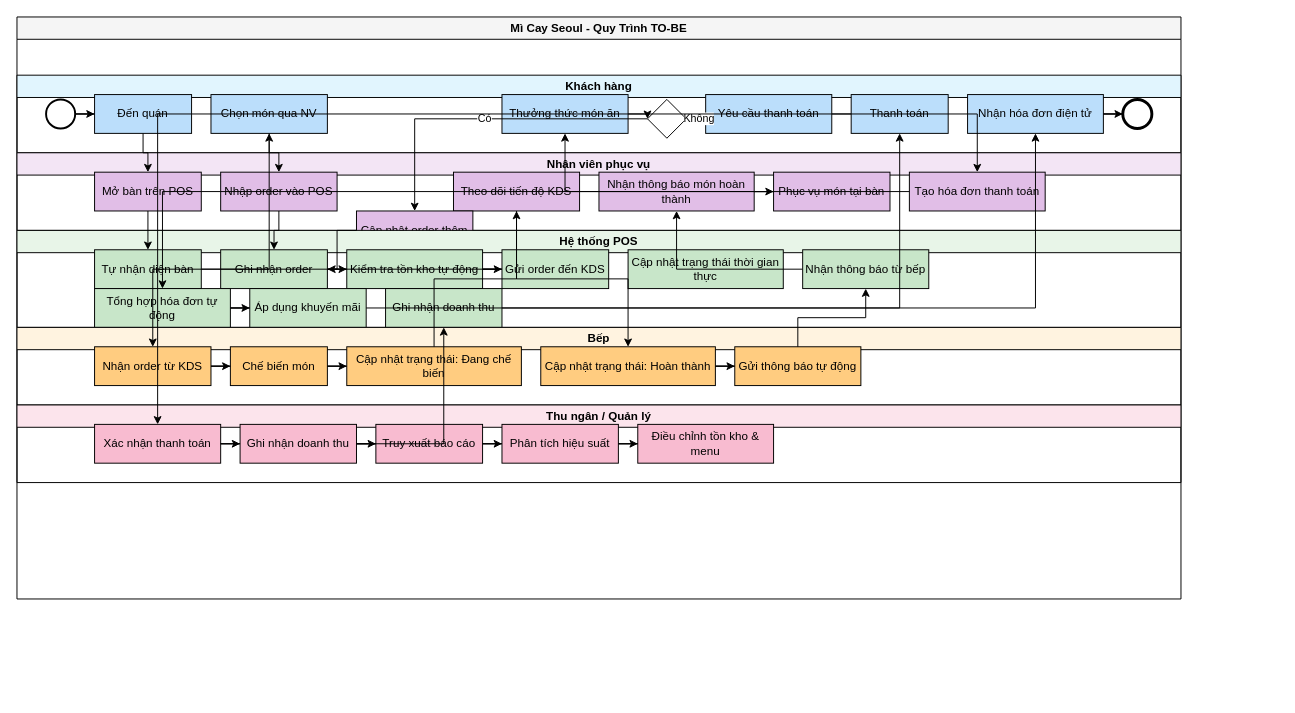
ychannel934-arch/dsadas keeps this draw.io diagram as mi-cay-seoul-to-be-fixed.drawio. Above is the earlier version. Source tidied: cells renumbered, new cells numbered last; positions are measured from the earlier drawing's top-left corner, leaving out a move shared by most shapes. Both pictures are drawn from the tidied source at 97%, with x=0, y=0 at pixel (16, 16).
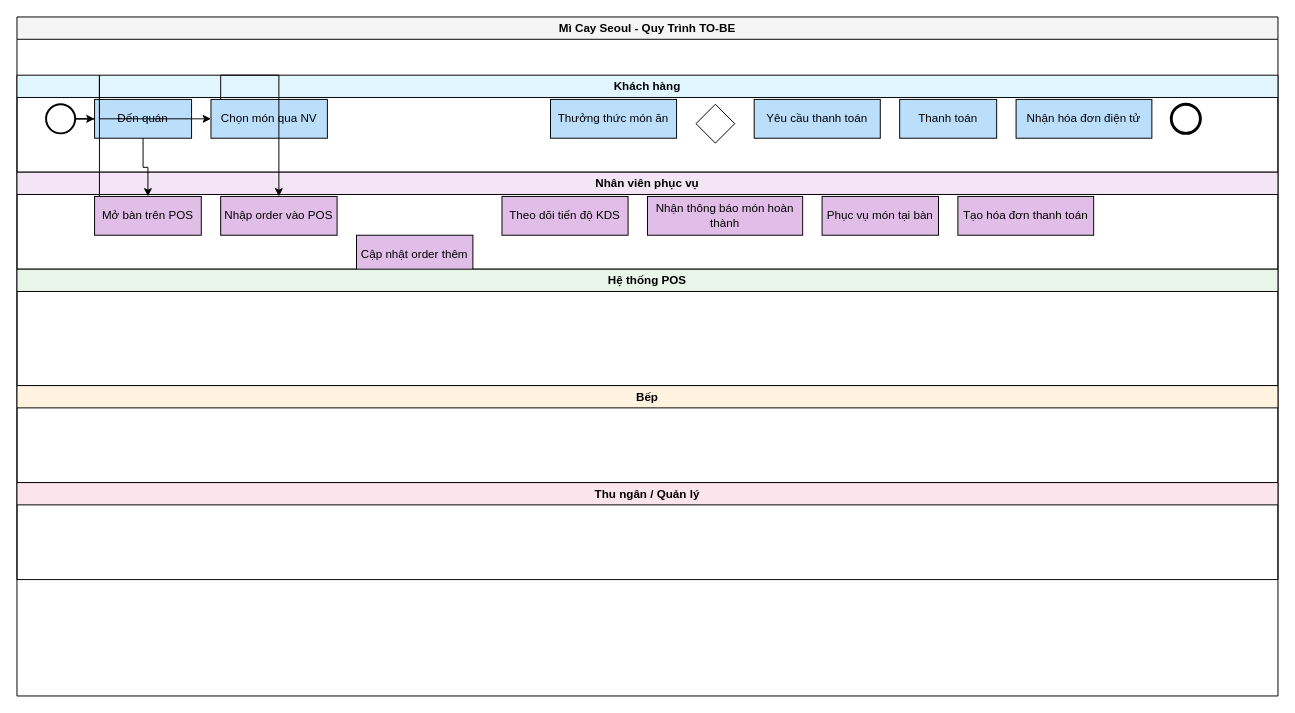
After the change.

The edit, as a diff of the source:
```diff
@@
     <mxCell id="2" value="Mì Cay Seoul - Quy Trình TO-BE" style="swimlane;whiteSpace=wrap;html=1;fillColor=#f5f5f5;" parent="1" vertex="1">
-      <mxGeometry width="1200" height="600" as="geometry" />
+      <mxGeometry width="1300" height="700" as="geometry" />
     </mxCell>
     <mxCell id="3" value="Khách hàng" style="swimlane;whiteSpace=wrap;html=1;fillColor=#e1f5fe;" parent="2" vertex="1">
-      <mxGeometry y="60" width="1200" height="80" as="geometry" />
+      <mxGeometry y="60" width="1300" height="100" as="geometry" />
     </mxCell>
     <mxCell id="4" value="Nhân viên phục vụ" style="swimlane;whiteSpace=wrap;html=1;fillColor=#f3e5f5;" parent="2" vertex="1">
-      <mxGeometry y="140" width="1200" height="80" as="geometry" />
+      <mxGeometry y="160" width="1300" height="100" as="geometry" />
     </mxCell>
     <mxCell id="5" value="Hệ thống POS" style="swimlane;whiteSpace=wrap;html=1;fillColor=#e8f5e8;" parent="2" vertex="1">
-      <mxGeometry y="220" width="1200" height="100" as="geometry" />
+      <mxGeometry y="260" width="1300" height="120" as="geometry" />
     </mxCell>
     <mxCell id="6" value="Bếp" style="swimlane;whiteSpace=wrap;html=1;fillColor=#fff3e0;" parent="2" vertex="1">
-      <mxGeometry y="320" width="1200" height="80" as="geometry" />
+      <mxGeometry y="380" width="1300" height="100" as="geometry" />
     </mxCell>
     <mxCell id="7" value="Thu ngân / Quản lý" style="swimlane;whiteSpace=wrap;html=1;fillColor=#fce4ec;" parent="2" vertex="1">
-      <mxGeometry y="400" width="1200" height="80" as="geometry" />
+      <mxGeometry y="480" width="1300" height="100" as="geometry" />
     </mxCell>
     <mxCell id="8" style="ellipse;whiteSpace=wrap;html=1;fillColor=#FFFFFF;strokeColor=#000000;strokeWidth=2;" parent="3" vertex="1">
-      <mxGeometry x="30" y="25" width="30" height="30" as="geometry" />
+      <mxGeometry x="30" y="30" width="30" height="30" as="geometry" />
     </mxCell>
     <mxCell id="9" value="Đến quán" style="rounded=0;whiteSpace=wrap;html=1;fillColor=#bbdefb;" parent="3" vertex="1">
-      <mxGeometry x="80" y="20" width="100" height="40" as="geometry" />
+      <mxGeometry x="80" y="25" width="100" height="40" as="geometry" />
     </mxCell>
     <mxCell id="10" value="Chọn món qua NV" style="rounded=0;whiteSpace=wrap;html=1;fillColor=#bbdefb;" parent="3" vertex="1">
-      <mxGeometry x="200" y="20" width="120" height="40" as="geometry" />
+      <mxGeometry x="200" y="25" width="120" height="40" as="geometry" />
     </mxCell>
     <mxCell id="11" value="Thưởng thức món ăn" style="rounded=0;whiteSpace=wrap;html=1;fillColor=#bbdefb;" parent="3" vertex="1">
-      <mxGeometry x="500" y="20" width="130" height="40" as="geometry" />
+      <mxGeometry x="550" y="25" width="130" height="40" as="geometry" />
     </mxCell>
     <mxCell id="12" style="rhombus;whiteSpace=wrap;html=1;fillColor=#FFFFFF;" parent="3" vertex="1">
-      <mxGeometry x="650" y="25" width="40" height="40" as="geometry" />
+      <mxGeometry x="700" y="30" width="40" height="40" as="geometry" />
     </mxCell>
     <mxCell id="13" value="Yêu cầu thanh toán" style="rounded=0;whiteSpace=wrap;html=1;fillColor=#bbdefb;" parent="3" vertex="1">
-      <mxGeometry x="710" y="20" width="130" height="40" as="geometry" />
+      <mxGeometry x="760" y="25" width="130" height="40" as="geometry" />
     </mxCell>
     <mxCell id="14" value="Thanh toán" style="rounded=0;whiteSpace=wrap;html=1;fillColor=#bbdefb;" parent="3" vertex="1">
-      <mxGeometry x="860" y="20" width="100" height="40" as="geometry" />
+      <mxGeometry x="910" y="25" width="100" height="40" as="geometry" />
     </mxCell>
     <mxCell id="15" value="Nhận hóa đơn điện tử" style="rounded=0;whiteSpace=wrap;html=1;fillColor=#bbdefb;" parent="3" vertex="1">
-      <mxGeometry x="980" y="20" width="140" height="40" as="geometry" />
+      <mxGeometry x="1030" y="25" width="140" height="40" as="geometry" />
     </mxCell>
     <mxCell id="16" style="ellipse;whiteSpace=wrap;html=1;fillColor=#FFFFFF;strokeColor=#000000;strokeWidth=3;" parent="3" vertex="1">
-      <mxGeometry x="1140" y="25" width="30" height="30" as="geometry" />
+      <mxGeometry x="1190" y="30" width="30" height="30" as="geometry" />
     </mxCell>
     <mxCell id="17" value="Mở bàn trên POS" style="rounded=0;whiteSpace=wrap;html=1;fillColor=#e1bee7;" parent="4" vertex="1">
-      <mxGeometry x="80" y="20" width="110" height="40" as="geometry" />
+      <mxGeometry x="80" y="25" width="110" height="40" as="geometry" />
     </mxCell>
     <mxCell id="18" value="Nhập order vào POS" style="rounded=0;whiteSpace=wrap;html=1;fillColor=#e1bee7;" parent="4" vertex="1">
-      <mxGeometry x="210" y="20" width="120" height="40" as="geometry" />
+      <mxGeometry x="210" y="25" width="120" height="40" as="geometry" />
     </mxCell>
     <mxCell id="19" value="Theo dõi tiến độ KDS" style="rounded=0;whiteSpace=wrap;html=1;fillColor=#e1bee7;" parent="4" vertex="1">
-      <mxGeometry x="450" y="20" width="130" height="40" as="geometry" />
+      <mxGeometry x="500" y="25" width="130" height="40" as="geometry" />
     </mxCell>
     <mxCell id="20" value="Nhận thông báo món hoàn thành" style="rounded=0;whiteSpace=wrap;html=1;fillColor=#e1bee7;" parent="4" vertex="1">
-      <mxGeometry x="600" y="20" width="160" height="40" as="geometry" />
+      <mxGeometry x="650" y="25" width="160" height="40" as="geometry" />
     </mxCell>
     <mxCell id="21" value="Phục vụ món tại bàn" style="rounded=0;whiteSpace=wrap;html=1;fillColor=#e1bee7;" parent="4" vertex="1">
-      <mxGeometry x="780" y="20" width="120" height="40" as="geometry" />
+      <mxGeometry x="830" y="25" width="120" height="40" as="geometry" />
     </mxCell>
     <mxCell id="22" value="Cập nhật order thêm" style="rounded=0;whiteSpace=wrap;html=1;fillColor=#e1bee7;" parent="4" vertex="1">
-      <mxGeometry x="350" y="60" width="120" height="40" as="geometry" />
+      <mxGeometry x="350" y="65" width="120" height="40" as="geometry" />
     </mxCell>
     <mxCell id="23" value="Tạo hóa đơn thanh toán" style="rounded=0;whiteSpace=wrap;html=1;fillColor=#e1bee7;" parent="4" vertex="1">
-      <mxGeometry x="920" y="20" width="140" height="40" as="geometry" />
+      <mxGeometry x="970" y="25" width="140" height="40" as="geometry" />
     </mxCell>
-    <mxCell id="24" value="Tự nhận diện bàn" style="rounded=0;whiteSpace=wrap;html=1;fillColor=#c8e6c9;" parent="5" vertex="1">
-      <mxGeometry x="80" y="20" width="110" height="40" as="geometry" />
-    </mxCell>
-    <mxCell id="25" value="Ghi nhận order" style="rounded=0;whiteSpace=wrap;html=1;fillColor=#c8e6c9;" parent="5" vertex="1">
-      <mxGeometry x="210" y="20" width="110" height="40" as="geometry" />
-    </mxCell>
-    <mxCell id="26" value="Kiểm tra tồn kho tự động" style="rounded=0;whiteSpace=wrap;html=1;fillColor=#c8e6c9;" parent="5" vertex="1">
-      <mxGeometry x="340" y="20" width="140" height="40" as="geometry" />
-    </mxCell>
-    <mxCell id="27" value="Gửi order đến KDS" style="rounded=0;whiteSpace=wrap;html=1;fillColor=#c8e6c9;" parent="5" vertex="1">
-      <mxGeometry x="500" y="20" width="110" height="40" as="geometry" />
-    </mxCell>
-    <mxCell id="28" value="Cập nhật trạng thái thời gian thực" style="rounded=0;whiteSpace=wrap;html=1;fillColor=#c8e6c9;" parent="5" vertex="1">
-      <mxGeometry x="630" y="20" width="160" height="40" as="geometry" />
-    </mxCell>
-    <mxCell id="29" value="Nhận thông báo từ bếp" style="rounded=0;whiteSpace=wrap;html=1;fillColor=#c8e6c9;" parent="5" vertex="1">
-      <mxGeometry x="810" y="20" width="130" height="40" as="geometry" />
-    </mxCell>
-    <mxCell id="30" value="Tổng hợp hóa đơn tự động" style="rounded=0;whiteSpace=wrap;html=1;fillColor=#c8e6c9;" parent="5" vertex="1">
-      <mxGeometry x="80" y="60" width="140" height="40" as="geometry" />
-    </mxCell>
-    <mxCell id="31" value="Áp dụng khuyến mãi" style="rounded=0;whiteSpace=wrap;html=1;fillColor=#c8e6c9;" parent="5" vertex="1">
-      <mxGeometry x="240" y="60" width="120" height="40" as="geometry" />
-    </mxCell>
-    <mxCell id="32" value="Ghi nhận doanh thu" style="rounded=0;whiteSpace=wrap;html=1;fillColor=#c8e6c9;" parent="5" vertex="1">
-      <mxGeometry x="380" y="60" width="120" height="40" as="geometry" />
-    </mxCell>
-    <mxCell id="33" value="Nhận order từ KDS" style="rounded=0;whiteSpace=wrap;html=1;fillColor=#ffcc80;" parent="6" vertex="1">
-      <mxGeometry x="80" y="20" width="120" height="40" as="geometry" />
-    </mxCell>
-    <mxCell id="34" value="Chế biến món" style="rounded=0;whiteSpace=wrap;html=1;fillColor=#ffcc80;" parent="6" vertex="1">
-      <mxGeometry x="220" y="20" width="100" height="40" as="geometry" />
-    </mxCell>
-    <mxCell id="35" value="Cập nhật trạng thái: Đang chế biến" style="rounded=0;whiteSpace=wrap;html=1;fillColor=#ffcc80;" parent="6" vertex="1">
-      <mxGeometry x="340" y="20" width="180" height="40" as="geometry" />
-    </mxCell>
-    <mxCell id="36" value="Cập nhật trạng thái: Hoàn thành" style="rounded=0;whiteSpace=wrap;html=1;fillColor=#ffcc80;" parent="6" vertex="1">
-      <mxGeometry x="540" y="20" width="180" height="40" as="geometry" />
-    </mxCell>
-    <mxCell id="37" value="Gửi thông báo tự động" style="rounded=0;whiteSpace=wrap;html=1;fillColor=#ffcc80;" parent="6" vertex="1">
-      <mxGeometry x="740" y="20" width="130" height="40" as="geometry" />
-    </mxCell>
-    <mxCell id="38" value="Xác nhận thanh toán" style="rounded=0;whiteSpace=wrap;html=1;fillColor=#f8bbd0;" parent="7" vertex="1">
-      <mxGeometry x="80" y="20" width="130" height="40" as="geometry" />
-    </mxCell>
-    <mxCell id="39" value="Ghi nhận doanh thu" style="rounded=0;whiteSpace=wrap;html=1;fillColor=#f8bbd0;" parent="7" vertex="1">
-      <mxGeometry x="230" y="20" width="120" height="40" as="geometry" />
-    </mxCell>
-    <mxCell id="40" value="Truy xuất báo cáo" style="rounded=0;whiteSpace=wrap;html=1;fillColor=#f8bbd0;" parent="7" vertex="1">
-      <mxGeometry x="370" y="20" width="110" height="40" as="geometry" />
-    </mxCell>
-    <mxCell id="41" value="Phân tích hiệu suất" style="rounded=0;whiteSpace=wrap;html=1;fillColor=#f8bbd0;" parent="7" vertex="1">
-      <mxGeometry x="500" y="20" width="120" height="40" as="geometry" />
-    </mxCell>
-    <mxCell id="42" value="Điều chỉnh tồn kho &amp; menu" style="rounded=0;whiteSpace=wrap;html=1;fillColor=#f8bbd0;" parent="7" vertex="1">
-      <mxGeometry x="640" y="20" width="140" height="40" as="geometry" />
-    </mxCell>
@@
-    <mxCell id="45" style="edgeStyle=orthogonalEdgeStyle;rounded=0;jettySize=auto;html=1;" parent="1" edge="1" source="17" target="24">
-      <mxGeometry relative="1" as="geometry" />
+    <mxCell id="45" style="edgeStyle=orthogonalEdgeStyle;rounded=0;jettySize=auto;html=1;" parent="1" edge="1" source="17" target="10">
+      <mxGeometry relative="1" as="geometry">
+        <Array as="points">
+          <mxPoint x="85" y="60" />
+          <mxPoint x="85" y="35" />
+        </Array>
+      </mxGeometry>
     </mxCell>
-    <mxCell id="46" style="edgeStyle=orthogonalEdgeStyle;rounded=0;jettySize=auto;html=1;" parent="1" edge="1" source="24" target="10">
-      <mxGeometry relative="1" as="geometry" />
+    <mxCell id="46" style="edgeStyle=orthogonalEdgeStyle;rounded=0;jettySize=auto;html=1;" parent="1" edge="1" source="10" target="18">
+      <mxGeometry relative="1" as="geometry">
+        <Array as="points">
+          <mxPoint x="210" y="60" />
+        </Array>
+      </mxGeometry>
     </mxCell>
-    <mxCell id="47" style="edgeStyle=orthogonalEdgeStyle;rounded=0;jettySize=auto;html=1;" parent="1" edge="1" source="10" target="18">
-      <mxGeometry relative="1" as="geometry" />
-    </mxCell>
-    <mxCell id="48" style="edgeStyle=orthogonalEdgeStyle;rounded=0;jettySize=auto;html=1;" parent="1" edge="1" source="18" target="25">
-      <mxGeometry relative="1" as="geometry" />
-    </mxCell>
-    <mxCell id="49" style="edgeStyle=orthogonalEdgeStyle;rounded=0;jettySize=auto;html=1;" parent="1" edge="1" source="25" target="26">
-      <mxGeometry relative="1" as="geometry" />
-    </mxCell>
-    <mxCell id="50" style="edgeStyle=orthogonalEdgeStyle;rounded=0;jettySize=auto;html=1;" parent="1" edge="1" source="26" target="27">
-      <mxGeometry relative="1" as="geometry" />
-    </mxCell>
-    <mxCell id="51" style="edgeStyle=orthogonalEdgeStyle;rounded=0;jettySize=auto;html=1;" parent="1" edge="1" source="27" target="33">
-      <mxGeometry relative="1" as="geometry" />
-    </mxCell>
-    <mxCell id="52" style="edgeStyle=orthogonalEdgeStyle;rounded=0;jettySize=auto;html=1;" parent="1" edge="1" source="33" target="34">
-      <mxGeometry relative="1" as="geometry" />
-    </mxCell>
-    <mxCell id="53" style="edgeStyle=orthogonalEdgeStyle;rounded=0;jettySize=auto;html=1;" parent="1" edge="1" source="34" target="35">
-      <mxGeometry relative="1" as="geometry" />
-    </mxCell>
-    <mxCell id="54" style="edgeStyle=orthogonalEdgeStyle;rounded=0;jettySize=auto;html=1;" parent="1" edge="1" source="35" target="19">
-      <mxGeometry relative="1" as="geometry" />
-    </mxCell>
-    <mxCell id="55" style="edgeStyle=orthogonalEdgeStyle;rounded=0;jettySize=auto;html=1;" parent="1" edge="1" source="19" target="36">
-      <mxGeometry relative="1" as="geometry" />
-    </mxCell>
-    <mxCell id="56" style="edgeStyle=orthogonalEdgeStyle;rounded=0;jettySize=auto;html=1;" parent="1" edge="1" source="36" target="37">
-      <mxGeometry relative="1" as="geometry" />
-    </mxCell>
-    <mxCell id="57" style="edgeStyle=orthogonalEdgeStyle;rounded=0;jettySize=auto;html=1;" parent="1" edge="1" source="37" target="29">
-      <mxGeometry relative="1" as="geometry" />
-    </mxCell>
-    <mxCell id="58" style="edgeStyle=orthogonalEdgeStyle;rounded=0;jettySize=auto;html=1;" parent="1" edge="1" source="29" target="20">
-      <mxGeometry relative="1" as="geometry" />
-    </mxCell>
-    <mxCell id="59" style="edgeStyle=orthogonalEdgeStyle;rounded=0;jettySize=auto;html=1;" parent="1" edge="1" source="20" target="21">
-      <mxGeometry relative="1" as="geometry" />
-    </mxCell>
-    <mxCell id="60" style="edgeStyle=orthogonalEdgeStyle;rounded=0;jettySize=auto;html=1;" parent="1" edge="1" source="21" target="11">
-      <mxGeometry relative="1" as="geometry" />
-    </mxCell>
-    <mxCell id="61" style="edgeStyle=orthogonalEdgeStyle;rounded=0;jettySize=auto;html=1;" parent="1" edge="1" source="11" target="12">
-      <mxGeometry relative="1" as="geometry" />
-    </mxCell>
-    <mxCell id="62" value="Có" style="edgeStyle=orthogonalEdgeStyle;rounded=0;jettySize=auto;html=1;" parent="1" edge="1" source="12" target="22">
-      <mxGeometry relative="1" as="geometry" />
-    </mxCell>
-    <mxCell id="63" style="edgeStyle=orthogonalEdgeStyle;rounded=0;jettySize=auto;html=1;" parent="1" edge="1" source="22" target="25">
-      <mxGeometry relative="1" as="geometry" />
-    </mxCell>
-    <mxCell id="64" value="Không" style="edgeStyle=orthogonalEdgeStyle;rounded=0;jettySize=auto;html=1;" parent="1" edge="1" source="12" target="13">
-      <mxGeometry relative="1" as="geometry" />
-    </mxCell>
-    <mxCell id="65" style="edgeStyle=orthogonalEdgeStyle;rounded=0;jettySize=auto;html=1;" parent="1" edge="1" source="13" target="23">
-      <mxGeometry relative="1" as="geometry" />
-    </mxCell>
-    <mxCell id="66" style="edgeStyle=orthogonalEdgeStyle;rounded=0;jettySize=auto;html=1;" parent="1" edge="1" source="23" target="30">
-      <mxGeometry relative="1" as="geometry" />
-    </mxCell>
-    <mxCell id="67" style="edgeStyle=orthogonalEdgeStyle;rounded=0;jettySize=auto;html=1;" parent="1" edge="1" source="30" target="31">
-      <mxGeometry relative="1" as="geometry" />
-    </mxCell>
-    <mxCell id="68" style="edgeStyle=orthogonalEdgeStyle;rounded=0;jettySize=auto;html=1;" parent="1" edge="1" source="31" target="14">
-      <mxGeometry relative="1" as="geometry" />
-    </mxCell>
-    <mxCell id="69" style="edgeStyle=orthogonalEdgeStyle;rounded=0;jettySize=auto;html=1;" parent="1" edge="1" source="14" target="38">
-      <mxGeometry relative="1" as="geometry" />
-    </mxCell>
-    <mxCell id="70" style="edgeStyle=orthogonalEdgeStyle;rounded=0;jettySize=auto;html=1;" parent="1" edge="1" source="38" target="39">
-      <mxGeometry relative="1" as="geometry" />
-    </mxCell>
-    <mxCell id="71" style="edgeStyle=orthogonalEdgeStyle;rounded=0;jettySize=auto;html=1;" parent="1" edge="1" source="39" target="32">
-      <mxGeometry relative="1" as="geometry" />
-    </mxCell>
-    <mxCell id="72" style="edgeStyle=orthogonalEdgeStyle;rounded=0;jettySize=auto;html=1;" parent="1" edge="1" source="32" target="15">
-      <mxGeometry relative="1" as="geometry" />
-    </mxCell>
-    <mxCell id="73" style="edgeStyle=orthogonalEdgeStyle;rounded=0;jettySize=auto;html=1;" parent="1" edge="1" source="15" target="16">
-      <mxGeometry relative="1" as="geometry" />
-    </mxCell>
-    <mxCell id="74" style="edgeStyle=orthogonalEdgeStyle;rounded=0;jettySize=auto;html=1;" parent="1" edge="1" source="39" target="40">
-      <mxGeometry relative="1" as="geometry" />
-    </mxCell>
-    <mxCell id="75" style="edgeStyle=orthogonalEdgeStyle;rounded=0;jettySize=auto;html=1;" parent="1" edge="1" source="40" target="41">
-      <mxGeometry relative="1" as="geometry" />
-    </mxCell>
-    <mxCell id="76" style="edgeStyle=orthogonalEdgeStyle;rounded=0;jettySize=auto;html=1;" parent="1" edge="1" source="41" target="42">
-      <mxGeometry relative="1" as="geometry" />
-    </mxCell>
```
